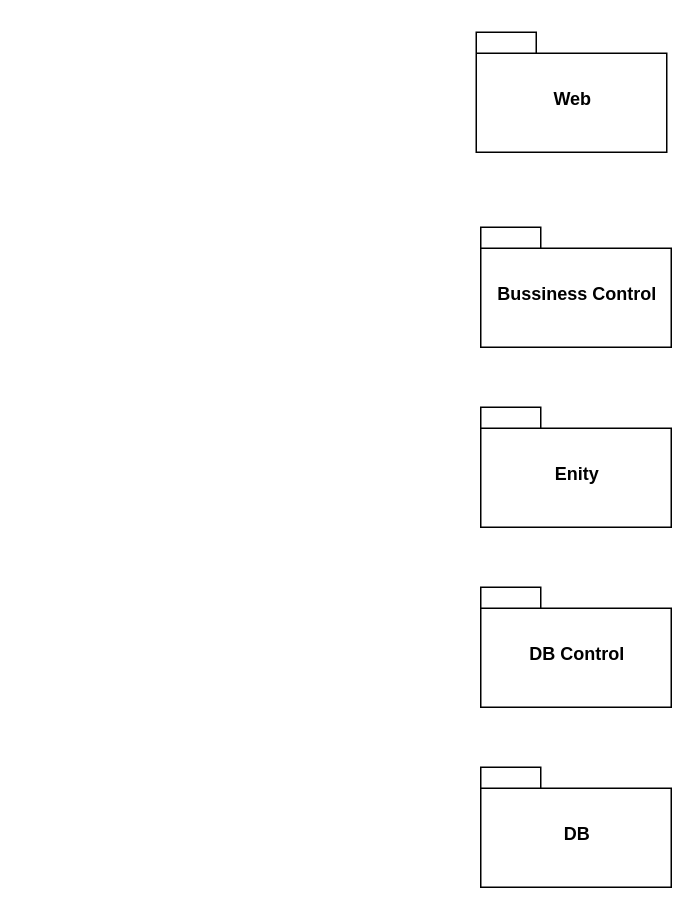
Earlier version of the draw.io diagram uml-软件架构与框架.drawio (JMHello/draw). Source tidied: cells renumbered, new cells numbered last; positions are measured from the earlier drawing's top-left corner, leaving out a move shared by most shapes. Both pictures are drawn from the tidied source at 150%, with x=0, y=0 at pixel (476, 32).
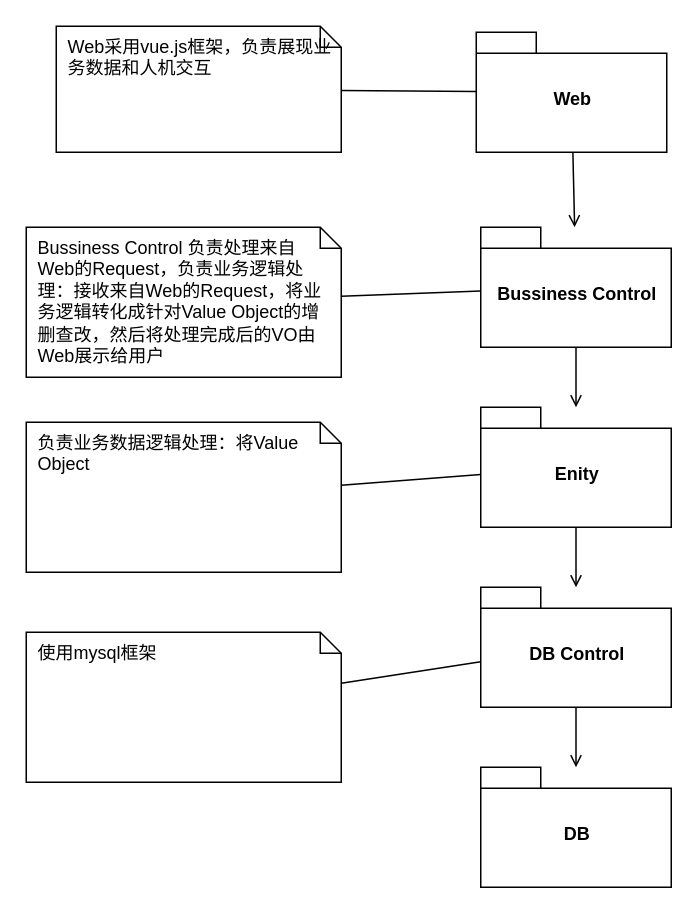
The same page after the edit.

Commit message (it also covers changes not shown here):
Update uml-软件架构与框架.drawio

What changed in the source:
```diff
@@
 <mxGraphModel>
   <root>
     <mxCell id="0" />
     <mxCell id="1" parent="0" />
+    <mxCell id="7" style="edgeStyle=none;rounded=0;jettySize=auto;html=1;endArrow=open;endFill=0;" parent="1" edge="1" source="2" target="4">
+      <mxGeometry relative="1" as="geometry" />
+    </mxCell>
+    <mxCell id="8" style="edgeStyle=none;rounded=0;jettySize=auto;html=1;endArrow=none;endFill=0;" parent="1" edge="1" source="2" target="16">
+      <mxGeometry relative="1" as="geometry" />
+    </mxCell>
     <mxCell id="2" value="Bussiness Control" style="shape=folder;fontStyle=1;spacingTop=10;tabWidth=40;tabHeight=14;tabPosition=left;html=1;" parent="1" vertex="1">
       <mxGeometry x="3" y="130" width="127" height="80" as="geometry" />
     </mxCell>
+    <mxCell id="9" style="rounded=0;jettySize=auto;html=1;endArrow=none;endFill=0;" parent="1" edge="1" source="3" target="15">
+      <mxGeometry relative="1" as="geometry" />
+    </mxCell>
+    <mxCell id="10" style="edgeStyle=none;rounded=0;jettySize=auto;html=1;endArrow=open;endFill=0;" parent="1" edge="1" source="3" target="2">
+      <mxGeometry relative="1" as="geometry" />
+    </mxCell>
     <mxCell id="3" value="Web" style="shape=folder;fontStyle=1;spacingTop=10;tabWidth=40;tabHeight=14;tabPosition=left;html=1;" parent="1" vertex="1">
       <mxGeometry width="127" height="80" as="geometry" />
     </mxCell>
+    <mxCell id="11" style="edgeStyle=none;rounded=0;jettySize=auto;html=1;endArrow=open;endFill=0;" parent="1" edge="1" source="4" target="5">
+      <mxGeometry relative="1" as="geometry" />
+    </mxCell>
+    <mxCell id="12" style="edgeStyle=none;rounded=0;jettySize=auto;html=1;endArrow=none;endFill=0;" parent="1" edge="1" source="4" target="17">
+      <mxGeometry relative="1" as="geometry" />
+    </mxCell>
     <mxCell id="4" value="Enity" style="shape=folder;fontStyle=1;spacingTop=10;tabWidth=40;tabHeight=14;tabPosition=left;html=1;" parent="1" vertex="1">
       <mxGeometry x="3" y="250" width="127" height="80" as="geometry" />
     </mxCell>
+    <mxCell id="13" style="edgeStyle=none;rounded=0;jettySize=auto;html=1;endArrow=open;endFill=0;" parent="1" edge="1" source="5" target="6">
+      <mxGeometry relative="1" as="geometry" />
+    </mxCell>
+    <mxCell id="14" style="edgeStyle=none;rounded=0;jettySize=auto;html=1;endArrow=none;endFill=0;" parent="1" edge="1" source="5" target="18">
+      <mxGeometry relative="1" as="geometry" />
+    </mxCell>
     <mxCell id="5" value="DB Control" style="shape=folder;fontStyle=1;spacingTop=10;tabWidth=40;tabHeight=14;tabPosition=left;html=1;" parent="1" vertex="1">
       <mxGeometry x="3" y="370" width="127" height="80" as="geometry" />
     </mxCell>
     <mxCell id="6" value="DB" style="shape=folder;fontStyle=1;spacingTop=10;tabWidth=40;tabHeight=14;tabPosition=left;html=1;" parent="1" vertex="1">
       <mxGeometry x="3" y="490" width="127" height="80" as="geometry" />
     </mxCell>
+    <mxCell id="15" value="Web采用vue.js框架，负责展现业务数据和人机交互" style="shape=note;whiteSpace=wrap;html=1;size=14;verticalAlign=top;align=left;spacingTop=0;spacingLeft=6;spacingRight=6;" parent="1" vertex="1">
+      <mxGeometry x="-280" y="-4" width="190" height="84" as="geometry" />
+    </mxCell>
+    <mxCell id="16" value="Bussiness Control 负责处理来自Web的Request，负责业务逻辑处理：接收来自Web的Request，将业务逻辑转化成针对Value Object的增删查改，然后将处理完成后的VO由Web展示给用户" style="shape=note;whiteSpace=wrap;html=1;size=14;verticalAlign=top;align=left;spacingTop=0;spacingLeft=6;spacingRight=6;" parent="1" vertex="1">
+      <mxGeometry x="-300" y="130" width="210" height="100" as="geometry" />
+    </mxCell>
+    <mxCell id="17" value="负责业务数据逻辑处理：将Value Object" style="shape=note;whiteSpace=wrap;html=1;size=14;verticalAlign=top;align=left;spacingTop=0;spacingLeft=6;spacingRight=6;" parent="1" vertex="1">
+      <mxGeometry x="-300" y="260" width="210" height="100" as="geometry" />
+    </mxCell>
+    <mxCell id="18" value="使用mysql框架" style="shape=note;whiteSpace=wrap;html=1;size=14;verticalAlign=top;align=left;spacingTop=0;spacingLeft=6;spacingRight=6;" parent="1" vertex="1">
+      <mxGeometry x="-300" y="400" width="210" height="100" as="geometry" />
+    </mxCell>
   </root>
 </mxGraphModel>
```
